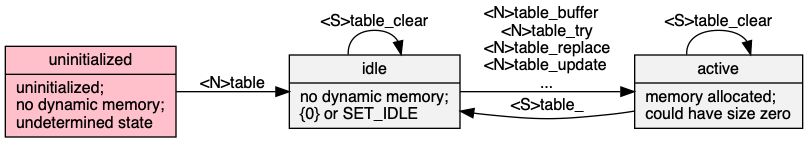
Above: web/states.png in neil-edelman/boxes (Graphviz), before the change. Its source is kept beside it as web/states.gv.
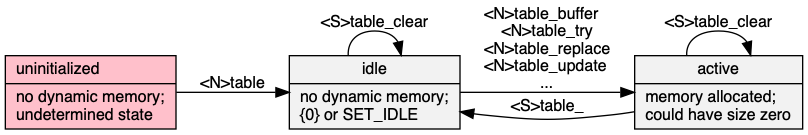
After the commit.

Diff of the diagram source:
```diff
@@ -8,7 +8,7 @@
 	edge [fontname = "Bitstream Vera Sans" fontsize = 12];
 
 	node [shape=record, style=filled];
-	null [label="uninitialized|uninitialized;\lno dynamic memory;\lundetermined state\l", fillcolor="Pink"];
+	null [label="uninitialized\l|no dynamic memory;\lundetermined state\l", fillcolor="Pink"];
 	static [ label = "idle|no dynamic memory;\l\{0\} or SET_IDLE\l" ];
 	dynamic [ label = "active|memory allocated;\lcould have size zero\l" ];
 	null -> static [ label = "<N>table" ];
```
